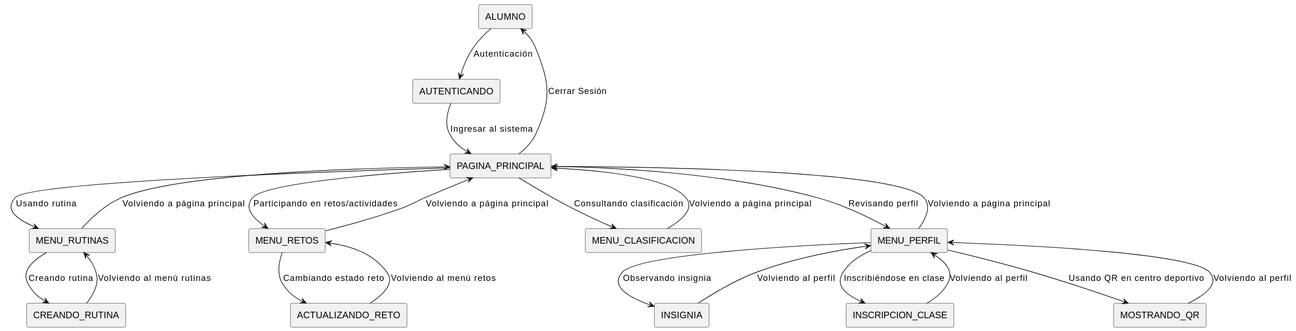
mmasias/24-25-IdSw1-SDR keeps this PlantUML diagram as Documentos/Imagenes/DiagramasContexto/AlumnoContexto.svg. Above is the earlier version.
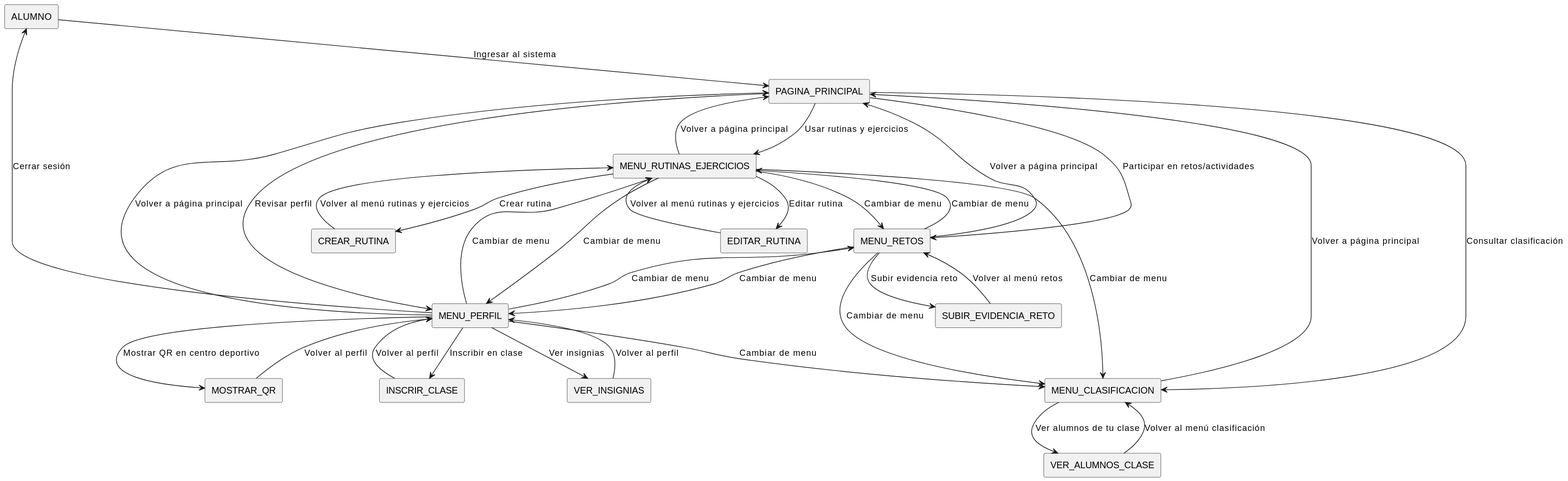
After the commit.

Commit message:
Actualizacion diagrama de contexto alumnos

Change to the diagram source:
```diff
@@ -2,49 +2,57 @@
 !define RECTANGLE(x) rectangle x
 
 RECTANGLE(ALUMNO)
-RECTANGLE(AUTENTICANDO)
 RECTANGLE(PAGINA_PRINCIPAL)
-RECTANGLE(MENU_RUTINAS)
+RECTANGLE(MENU_RUTINAS_EJERCICIOS)
 RECTANGLE(MENU_RETOS)
 RECTANGLE(MENU_CLASIFICACION)
 RECTANGLE(MENU_PERFIL)
-RECTANGLE(INSIGNIA)
-RECTANGLE(INSCRIPCION_CLASE)
-RECTANGLE(MOSTRANDO_QR)
+RECTANGLE(VER_INSIGNIAS)
+RECTANGLE(INSCRIR_CLASE)
+RECTANGLE(MOSTRAR_QR)
+RECTANGLE(CREAR_RUTINA)
+RECTANGLE(EDITAR_RUTINA)
+RECTANGLE(SUBIR_EVIDENCIA_RETO)
+RECTANGLE(VER_ALUMNOS_CLASE)
 
-RECTANGLE(ACTUALIZANDO_RETO)
-RECTANGLE(CREANDO_RUTINA)
+ALUMNO --> PAGINA_PRINCIPAL : Ingresar al sistema
 
+PAGINA_PRINCIPAL --> MENU_RUTINAS_EJERCICIOS : Usar rutinas y ejercicios
+PAGINA_PRINCIPAL --> MENU_RETOS : Participar en retos/actividades
+PAGINA_PRINCIPAL --> MENU_CLASIFICACION : Consultar clasificación
+PAGINA_PRINCIPAL --> MENU_PERFIL : Revisar perfil
 
-ALUMNO --> AUTENTICANDO : Autenticación
-AUTENTICANDO --> PAGINA_PRINCIPAL : Ingresar al sistema
-PAGINA_PRINCIPAL --> ALUMNO : Cerrar Sesión
+MENU_RUTINAS_EJERCICIOS --> CREAR_RUTINA : Crear rutina
+MENU_RUTINAS_EJERCICIOS --> EDITAR_RUTINA : Editar rutina
+CREAR_RUTINA --> MENU_RUTINAS_EJERCICIOS : Volver al menú rutinas y ejercicios
+EDITAR_RUTINA --> MENU_RUTINAS_EJERCICIOS : Volver al menú rutinas y ejercicios
+MENU_RUTINAS_EJERCICIOS --> MENU_RETOS : Cambiar de menu
+MENU_RUTINAS_EJERCICIOS --> MENU_CLASIFICACION : Cambiar de menu
+MENU_RUTINAS_EJERCICIOS --> MENU_PERFIL : Cambiar de menu
 
-PAGINA_PRINCIPAL --> MENU_RUTINAS : Usando rutina
-PAGINA_PRINCIPAL --> MENU_RETOS : Participando en retos/actividades
-PAGINA_PRINCIPAL --> MENU_CLASIFICACION : Consultando clasificación
-PAGINA_PRINCIPAL --> MENU_PERFIL : Revisando perfil
+MENU_RETOS --> SUBIR_EVIDENCIA_RETO : Subir evidencia reto
+SUBIR_EVIDENCIA_RETO --> MENU_RETOS : Volver al menú retos
+MENU_RETOS --> MENU_PERFIL : Cambiar de menu
+MENU_RETOS --> MENU_CLASIFICACION : Cambiar de menu
+MENU_RETOS --> MENU_RUTINAS_EJERCICIOS : Cambiar de menu
 
-MENU_PERFIL --> INSIGNIA : Observando insignia
-MENU_PERFIL --> INSCRIPCION_CLASE : Inscribiéndose en clase
-MENU_PERFIL --> MOSTRANDO_QR : Usando QR en centro deportivo
+MENU_CLASIFICACION --> VER_ALUMNOS_CLASE : Ver alumnos de tu clase
+VER_ALUMNOS_CLASE --> MENU_CLASIFICACION : Volver al menú clasificación
 
-MENU_RETOS --> ACTUALIZANDO_RETO : Cambiando estado reto
+MENU_PERFIL --> VER_INSIGNIAS : Ver insignias
+MENU_PERFIL --> INSCRIR_CLASE : Inscribir en clase
+MENU_PERFIL --> MOSTRAR_QR : Mostrar QR en centro deportivo
+MENU_PERFIL --> ALUMNO : Cerrar sesión
+MENU_PERFIL --> MENU_RETOS : Cambiar de menu
+MENU_PERFIL --> MENU_CLASIFICACION : Cambiar de menu
+MENU_PERFIL --> MENU_RUTINAS_EJERCICIOS : Cambiar de menu
 
+VER_INSIGNIAS --> MENU_PERFIL : Volver al perfil
+INSCRIR_CLASE --> MENU_PERFIL : Volver al perfil
+MOSTRAR_QR --> MENU_PERFIL : Volver al perfil
 
-
-ACTUALIZANDO_RETO --> MENU_RETOS : Volviendo al menú retos
-
-
-MENU_RUTINAS --> CREANDO_RUTINA : Creando rutina
-CREANDO_RUTINA --> MENU_RUTINAS : Volviendo al menú rutinas
-
-MENU_RUTINAS --> PAGINA_PRINCIPAL : Volviendo a página principal
-MENU_RETOS --> PAGINA_PRINCIPAL : Volviendo a página principal
-MENU_CLASIFICACION --> PAGINA_PRINCIPAL : Volviendo a página principal
-MENU_PERFIL --> PAGINA_PRINCIPAL : Volviendo a página principal
-
-INSIGNIA --> MENU_PERFIL : Volviendo al perfil
-INSCRIPCION_CLASE --> MENU_PERFIL : Volviendo al perfil
-MOSTRANDO_QR --> MENU_PERFIL : Volviendo al perfil
+MENU_RUTINAS_EJERCICIOS --> PAGINA_PRINCIPAL : Volver a página principal
+MENU_RETOS --> PAGINA_PRINCIPAL : Volver a página principal
+MENU_CLASIFICACION --> PAGINA_PRINCIPAL : Volver a página principal
+MENU_PERFIL --> PAGINA_PRINCIPAL : Volver a página principal
 @enduml
```
